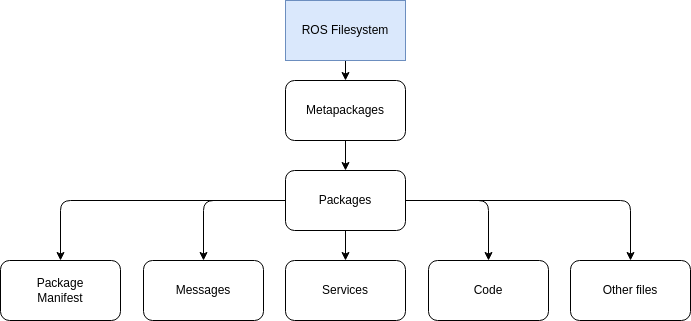
Before: images/ROS_Filesystem_Architecture.drawio.png, a diagram exported from draw.io (ros-workshop/course). Source tidied: cells renumbered, new cells last; positions are measured from the earlier drawing's top-left corner, leaving out a move shared by most shapes.
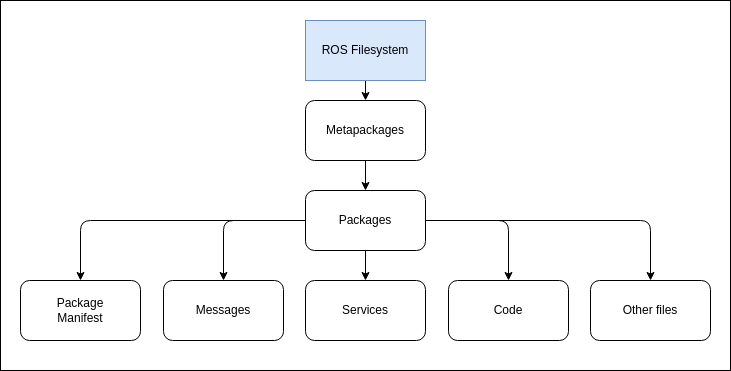
The same file after the commit.

The edit, as a diff of the source:
```diff
@@ -1,7 +1,10 @@
-<mxGraphModel>
+<mxGraphModel background="#ffffff">
   <root>
     <mxCell id="0" />
     <mxCell id="1" parent="0" />
+    <mxCell id="17" style="rounded=0;whiteSpace=wrap;html=1;" parent="1" vertex="1">
+      <mxGeometry x="-20" y="-20" width="730" height="370" as="geometry" />
+    </mxCell>
     <mxCell id="2" style="edgeStyle=none;html=1;" parent="1" edge="1" source="3" target="5">
       <mxGeometry relative="1" as="geometry" />
     </mxCell>
```
